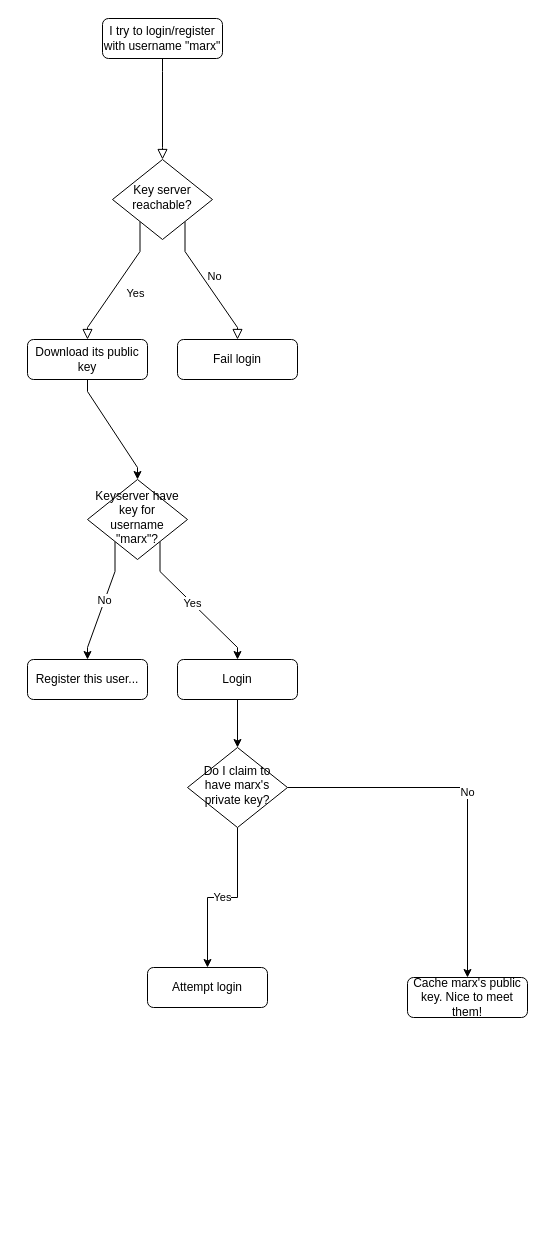
This is cryptosystems.drawio from ComradOrg/Comrad, a draw.io file, before an edit. Source tidied: cells renumbered, new cells numbered last; positions are measured from the earlier drawing's top-left corner, leaving out a move shared by most shapes. Both pictures are drawn from the tidied source at 100%, with x=0, y=0 at pixel (27, 18).
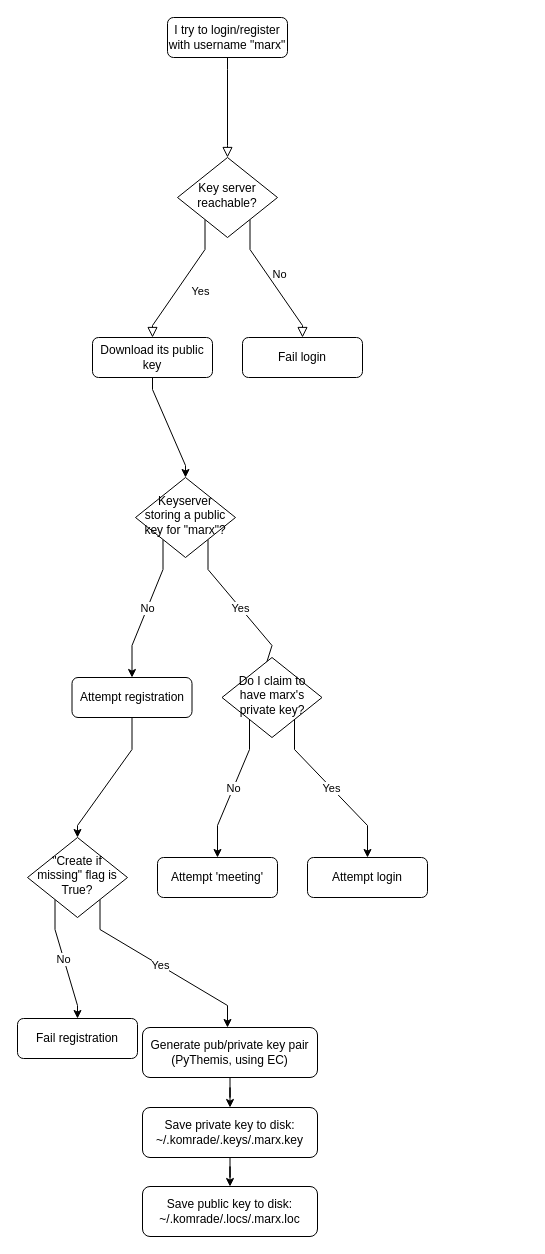
The same page after the edit.

Change to the diagram source:
```diff
@@
     <mxCell id="2" style="rounded=0;html=1;jettySize=auto;fontSize=11;endArrow=block;endFill=0;endSize=8;strokeWidth=1;shadow=0;labelBackgroundColor=none;edgeStyle=orthogonalEdgeStyle;noEdgeStyle=1;orthogonal=1;" parent="1" edge="1" source="3" target="6">
       <mxGeometry relative="1" as="geometry">
         <Array as="points">
-          <mxPoint x="135" y="53" />
-          <mxPoint x="135" y="129" />
+          <mxPoint x="200" y="51" />
+          <mxPoint x="200" y="127" />
         </Array>
       </mxGeometry>
     </mxCell>
     <mxCell id="3" value="I try to login/register with username &quot;marx&quot;" style="rounded=1;whiteSpace=wrap;html=1;fontSize=12;glass=0;strokeWidth=1;shadow=0;" parent="1" vertex="1">
-      <mxGeometry x="75" width="120" height="40" as="geometry" />
+      <mxGeometry x="140" y="-1" width="120" height="40" as="geometry" />
     </mxCell>
     <mxCell id="4" value="Yes" style="rounded=0;html=1;jettySize=auto;fontSize=11;endArrow=block;endFill=0;endSize=8;strokeWidth=1;shadow=0;labelBackgroundColor=none;edgeStyle=orthogonalEdgeStyle;noEdgeStyle=1;orthogonal=1;" parent="1" edge="1" source="6" target="9">
       <mxGeometry y="20" relative="1" as="geometry">
         <Array as="points">
-          <mxPoint x="112.5" y="233" />
-          <mxPoint x="60" y="309" />
+          <mxPoint x="177.5" y="231" />
+          <mxPoint x="125" y="307" />
         </Array>
       </mxGeometry>
     </mxCell>
     <mxCell id="5" value="No" style="edgeStyle=orthogonalEdgeStyle;rounded=0;html=1;jettySize=auto;fontSize=11;endArrow=block;endFill=0;endSize=8;strokeWidth=1;shadow=0;labelBackgroundColor=none;noEdgeStyle=1;orthogonal=1;" parent="1" edge="1" source="6" target="7">
       <mxGeometry y="10" relative="1" as="geometry">
         <Array as="points">
-          <mxPoint x="157.5" y="233" />
-          <mxPoint x="210" y="309" />
+          <mxPoint x="222.5" y="231" />
+          <mxPoint x="275" y="307" />
         </Array>
       </mxGeometry>
     </mxCell>
     <mxCell id="6" value="Key server reachable?" style="rhombus;whiteSpace=wrap;html=1;shadow=0;fontFamily=Helvetica;fontSize=12;align=center;strokeWidth=1;spacing=6;spacingTop=-4;" parent="1" vertex="1">
-      <mxGeometry x="85" y="141" width="100" height="80" as="geometry" />
+      <mxGeometry x="150" y="139" width="100" height="80" as="geometry" />
     </mxCell>
     <mxCell id="7" value="Fail login" style="rounded=1;whiteSpace=wrap;html=1;fontSize=12;glass=0;strokeWidth=1;shadow=0;" parent="1" vertex="1">
-      <mxGeometry x="150" y="321" width="120" height="40" as="geometry" />
+      <mxGeometry x="215" y="319" width="120" height="40" as="geometry" />
     </mxCell>
     <mxCell id="8" style="edgeStyle=orthogonalEdgeStyle;rounded=0;jettySize=auto;html=1;noEdgeStyle=1;orthogonal=1;" parent="1" edge="1" source="9" target="12">
       <mxGeometry relative="1" as="geometry">
         <Array as="points">
-          <mxPoint x="60" y="373" />
-          <mxPoint x="110" y="449" />
+          <mxPoint x="125" y="371" />
+          <mxPoint x="158" y="447" />
         </Array>
       </mxGeometry>
     </mxCell>
     <mxCell id="9" value="Download its public key" style="rounded=1;whiteSpace=wrap;html=1;fontSize=12;glass=0;strokeWidth=1;shadow=0;" parent="1" vertex="1">
-      <mxGeometry y="321" width="120" height="40" as="geometry" />
+      <mxGeometry x="65" y="319" width="120" height="40" as="geometry" />
     </mxCell>
-    <mxCell id="10" value="No" style="edgeStyle=orthogonalEdgeStyle;rounded=0;jettySize=auto;html=1;noEdgeStyle=1;orthogonal=1;" parent="1" edge="1" source="12" target="13">
+    <mxCell id="10" value="No" style="edgeStyle=orthogonalEdgeStyle;rounded=0;jettySize=auto;html=1;noEdgeStyle=1;orthogonal=1;" parent="1" edge="1" source="12" target="26">
       <mxGeometry relative="1" as="geometry">
         <Array as="points">
-          <mxPoint x="87.5" y="553" />
-          <mxPoint x="60" y="629" />
+          <mxPoint x="135.5" y="551" />
+          <mxPoint x="104.5" y="627" />
         </Array>
       </mxGeometry>
     </mxCell>
-    <mxCell id="11" value="Yes" style="edgeStyle=orthogonalEdgeStyle;rounded=0;jettySize=auto;html=1;noEdgeStyle=1;orthogonal=1;" parent="1" edge="1" source="12" target="15">
+    <mxCell id="11" value="Yes" style="edgeStyle=orthogonalEdgeStyle;rounded=0;jettySize=auto;html=1;noEdgeStyle=1;orthogonal=1;entryX=0.4;entryY=0.25;entryDx=0;entryDy=0;entryPerimeter=0;" parent="1" edge="1" source="12" target="18">
       <mxGeometry relative="1" as="geometry">
         <Array as="points">
-          <mxPoint x="132.5" y="553" />
-          <mxPoint x="210" y="629" />
+          <mxPoint x="180.5" y="551" />
+          <mxPoint x="244.5" y="627" />
         </Array>
       </mxGeometry>
     </mxCell>
-    <mxCell id="12" value="Keyserver have key for username &quot;marx&quot;?" style="rhombus;whiteSpace=wrap;html=1;shadow=0;fontFamily=Helvetica;fontSize=12;align=center;strokeWidth=1;spacing=6;spacingTop=-4;" parent="1" vertex="1">
-      <mxGeometry x="60" y="461" width="100" height="80" as="geometry" />
+    <mxCell id="12" value="Keyserver storing a public key for &quot;marx&quot;?" style="rhombus;whiteSpace=wrap;html=1;shadow=0;fontFamily=Helvetica;fontSize=12;align=center;strokeWidth=1;spacing=6;spacingTop=-4;" parent="1" vertex="1">
+      <mxGeometry x="108" y="459" width="100" height="80" as="geometry" />
     </mxCell>
-    <mxCell id="13" value="Register this user..." style="rounded=1;whiteSpace=wrap;html=1;fontSize=12;glass=0;strokeWidth=1;shadow=0;" parent="1" vertex="1">
-      <mxGeometry y="641" width="120" height="40" as="geometry" />
-    </mxCell>
-    <mxCell id="14" style="edgeStyle=orthogonalEdgeStyle;rounded=0;jettySize=auto;html=1;" parent="1" edge="1" source="15" target="18">
-      <mxGeometry relative="1" as="geometry" />
-    </mxCell>
-    <mxCell id="15" value="Login" style="rounded=1;whiteSpace=wrap;html=1;fontSize=12;glass=0;strokeWidth=1;shadow=0;" parent="1" vertex="1">
-      <mxGeometry x="150" y="641" width="120" height="40" as="geometry" />
-    </mxCell>
+    <mxCell id="17" value="No" style="edgeStyle=orthogonalEdgeStyle;rounded=0;jettySize=auto;html=1;noEdgeStyle=1;orthogonal=1;" parent="1" edge="1" source="18" target="20">
+      <mxGeometry relative="1" as="geometry">
+        <Array as="points">
+          <mxPoint x="222" y="731" />
+          <mxPoint x="190" y="807" />
+        </Array>
+      </mxGeometry>
+    </mxCell>
-    <mxCell id="16" value="Yes" style="edgeStyle=orthogonalEdgeStyle;rounded=0;jettySize=auto;html=1;" parent="1" edge="1" source="18" target="19">
-      <mxGeometry relative="1" as="geometry" />
+    <mxCell id="16" value="Yes" style="edgeStyle=orthogonalEdgeStyle;rounded=0;jettySize=auto;html=1;noEdgeStyle=1;orthogonal=1;" parent="1" edge="1" source="18" target="19">
+      <mxGeometry relative="1" as="geometry">
+        <Array as="points">
+          <mxPoint x="267" y="731" />
+          <mxPoint x="340" y="807" />
+        </Array>
+      </mxGeometry>
     </mxCell>
-    <mxCell id="17" value="No" style="edgeStyle=orthogonalEdgeStyle;rounded=0;jettySize=auto;html=1;" parent="1" edge="1" source="18" target="20">
-      <mxGeometry relative="1" as="geometry" />
-    </mxCell>
     <mxCell id="18" value="Do I claim to have marx's private key?" style="rhombus;whiteSpace=wrap;html=1;shadow=0;fontFamily=Helvetica;fontSize=12;align=center;strokeWidth=1;spacing=6;spacingTop=-4;" parent="1" vertex="1">
-      <mxGeometry x="160" y="729" width="100" height="80" as="geometry" />
+      <mxGeometry x="194.5" y="639" width="100" height="80" as="geometry" />
     </mxCell>
+    <mxCell id="20" value="Attempt 'meeting'" style="rounded=1;whiteSpace=wrap;html=1;fontSize=12;glass=0;strokeWidth=1;shadow=0;" parent="1" vertex="1">
+      <mxGeometry x="130" y="839" width="120" height="40" as="geometry" />
+    </mxCell>
+    <mxCell id="21" value="No" style="edgeStyle=orthogonalEdgeStyle;rounded=0;jettySize=auto;html=1;noEdgeStyle=1;orthogonal=1;" parent="1" edge="1" source="23" target="24">
+      <mxGeometry relative="1" as="geometry">
+        <Array as="points">
+          <mxPoint x="27.5" y="911" />
+          <mxPoint x="50" y="987" />
+        </Array>
+      </mxGeometry>
+    </mxCell>
+    <mxCell id="22" value="Yes" style="edgeStyle=orthogonalEdgeStyle;rounded=0;jettySize=auto;html=1;noEdgeStyle=1;orthogonal=1;" parent="1" edge="1" source="23" target="28">
+      <mxGeometry relative="1" as="geometry">
+        <Array as="points">
+          <mxPoint x="72.5" y="911" />
+          <mxPoint x="200" y="987" />
+        </Array>
+      </mxGeometry>
+    </mxCell>
+    <mxCell id="23" value="&quot;Create if missing&quot; flag is True?" style="rhombus;whiteSpace=wrap;html=1;shadow=0;fontFamily=Helvetica;fontSize=12;align=center;strokeWidth=1;spacing=6;spacingTop=-4;" parent="1" vertex="1">
+      <mxGeometry y="819" width="100" height="80" as="geometry" />
+    </mxCell>
+    <mxCell id="24" value="Fail registration" style="rounded=1;whiteSpace=wrap;html=1;fontSize=12;glass=0;strokeWidth=1;shadow=0;" parent="1" vertex="1">
+      <mxGeometry x="-10" y="1000" width="120" height="40" as="geometry" />
+    </mxCell>
+    <mxCell id="25" style="edgeStyle=orthogonalEdgeStyle;rounded=0;jettySize=auto;html=1;noEdgeStyle=1;orthogonal=1;" parent="1" edge="1" source="26" target="23">
+      <mxGeometry relative="1" as="geometry">
+        <Array as="points">
+          <mxPoint x="104.5" y="731" />
+          <mxPoint x="50" y="807" />
+        </Array>
+      </mxGeometry>
+    </mxCell>
+    <mxCell id="26" value="Attempt registration" style="rounded=1;whiteSpace=wrap;html=1;fontSize=12;glass=0;strokeWidth=1;shadow=0;" parent="1" vertex="1">
+      <mxGeometry x="44.5" y="659" width="120" height="40" as="geometry" />
+    </mxCell>
     <mxCell id="19" value="Attempt login" style="rounded=1;whiteSpace=wrap;html=1;fontSize=12;glass=0;strokeWidth=1;shadow=0;" parent="1" vertex="1">
-      <mxGeometry x="120" y="949" width="120" height="40" as="geometry" />
+      <mxGeometry x="280" y="839" width="120" height="40" as="geometry" />
     </mxCell>
-    <mxCell id="20" value="Cache marx's public key. Nice to meet them!" style="rounded=1;whiteSpace=wrap;html=1;fontSize=12;glass=0;strokeWidth=1;shadow=0;" parent="1" vertex="1">
-      <mxGeometry x="380" y="959" width="120" height="40" as="geometry" />
-    </mxCell>
+    <mxCell id="27" style="edgeStyle=orthogonalEdgeStyle;rounded=0;jettySize=auto;html=1;" parent="1" edge="1" source="28" target="30">
+      <mxGeometry relative="1" as="geometry" />
+    </mxCell>
+    <mxCell id="28" value="Generate pub/private key pair (PyThemis, using EC)" style="rounded=1;whiteSpace=wrap;html=1;fontSize=12;glass=0;strokeWidth=1;shadow=0;" parent="1" vertex="1">
+      <mxGeometry x="115" y="1009" width="175" height="50" as="geometry" />
+    </mxCell>
+    <mxCell id="29" style="edgeStyle=orthogonalEdgeStyle;rounded=0;jettySize=auto;html=1;" parent="1" edge="1" source="30" target="31">
+      <mxGeometry relative="1" as="geometry" />
+    </mxCell>
+    <mxCell id="30" value="Save private key to disk: ~/.komrade/.keys/.marx.key" style="rounded=1;whiteSpace=wrap;html=1;fontSize=12;glass=0;strokeWidth=1;shadow=0;" parent="1" vertex="1">
+      <mxGeometry x="115" y="1089" width="175" height="50" as="geometry" />
+    </mxCell>
+    <mxCell id="31" value="Save public key to disk: ~/.komrade/.locs/.marx.loc" style="rounded=1;whiteSpace=wrap;html=1;fontSize=12;glass=0;strokeWidth=1;shadow=0;" parent="1" vertex="1">
+      <mxGeometry x="115" y="1168" width="175" height="50" as="geometry" />
+    </mxCell>
```
